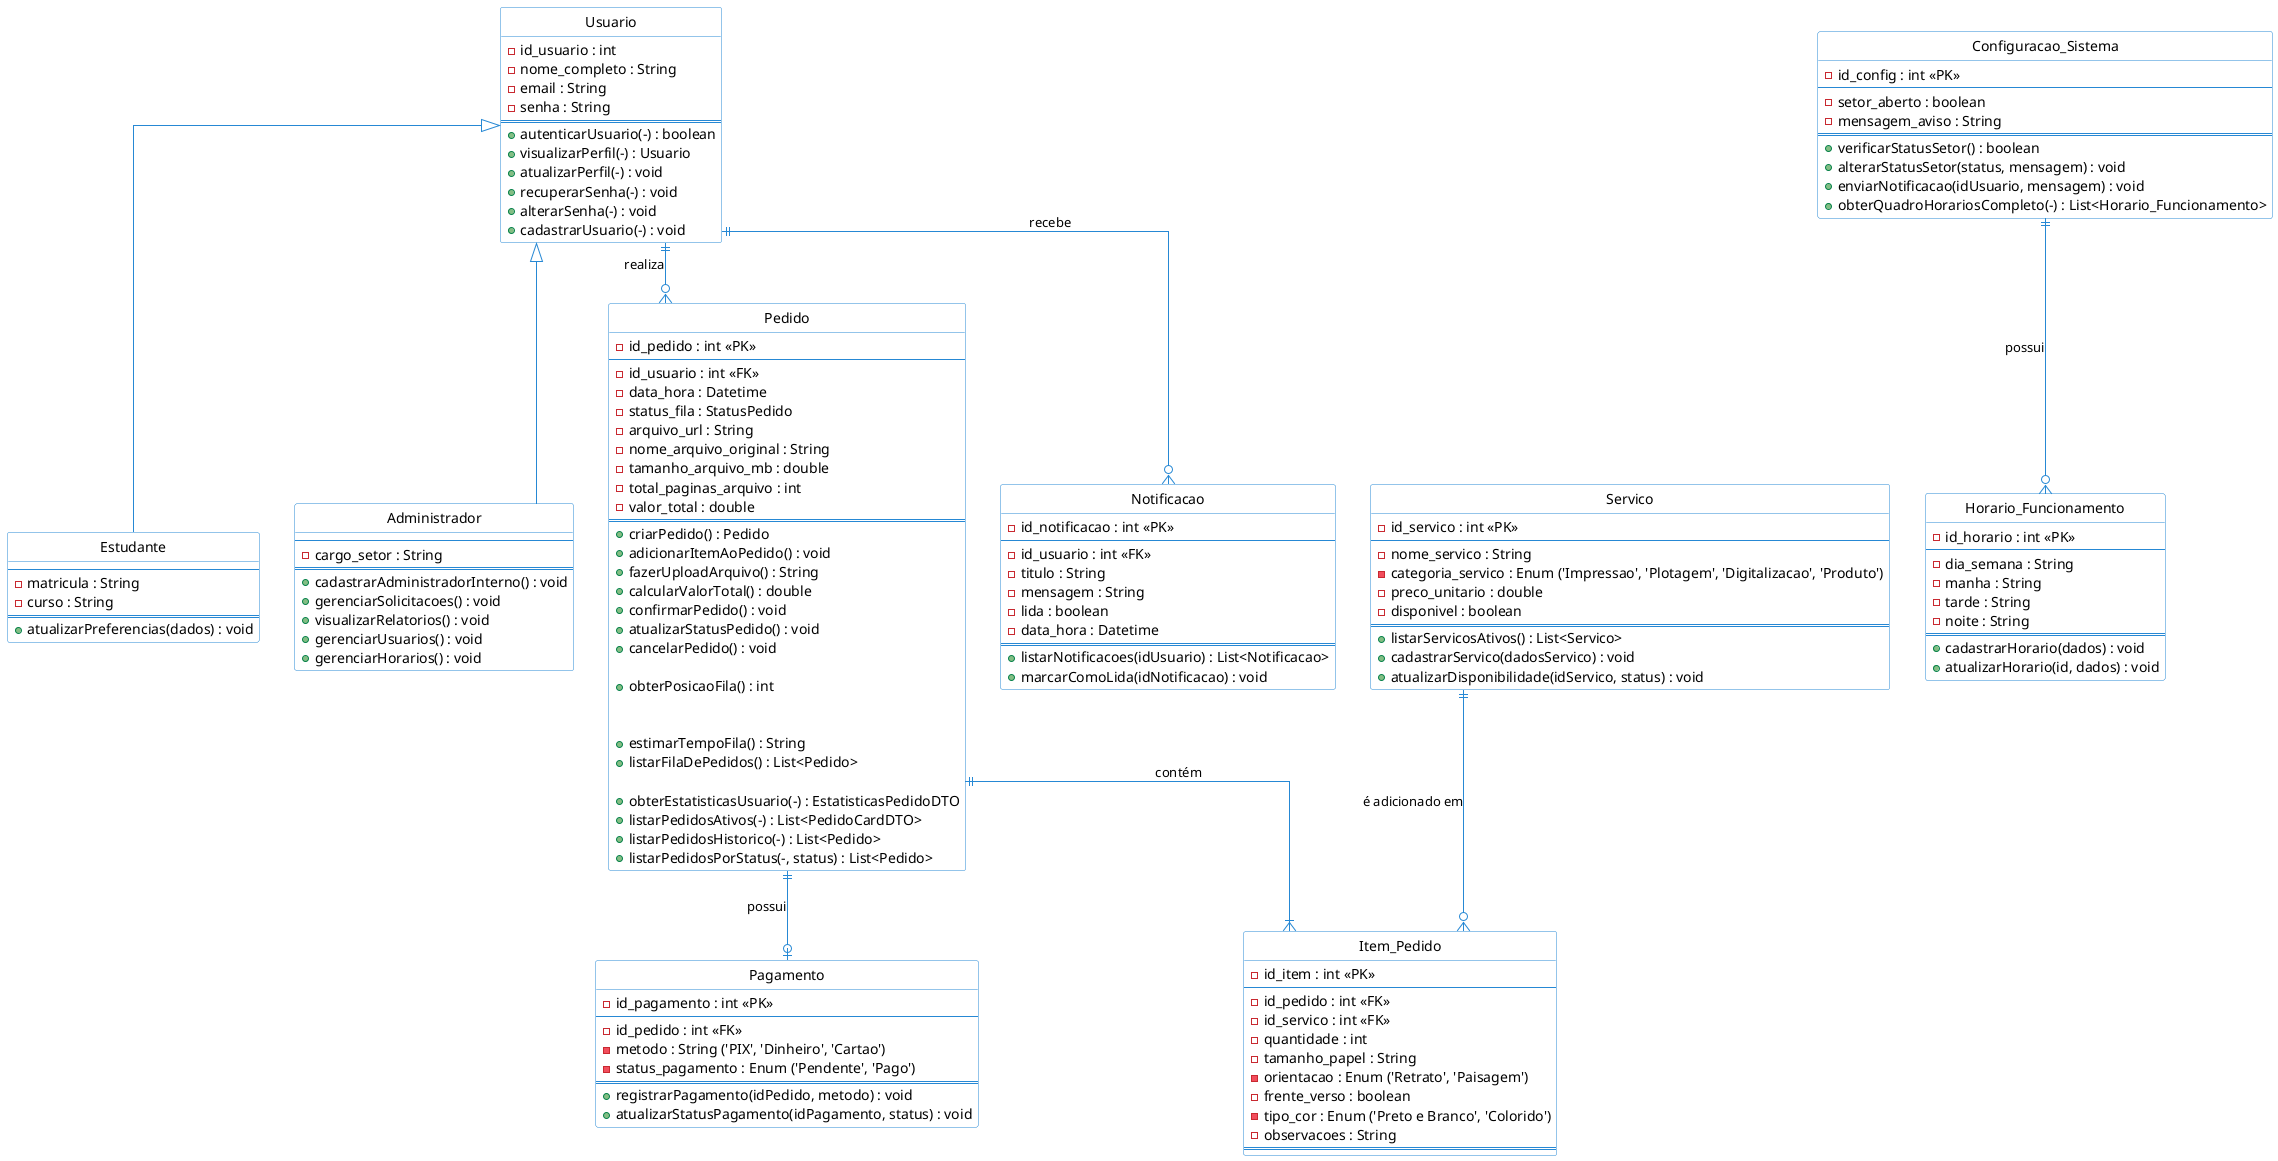
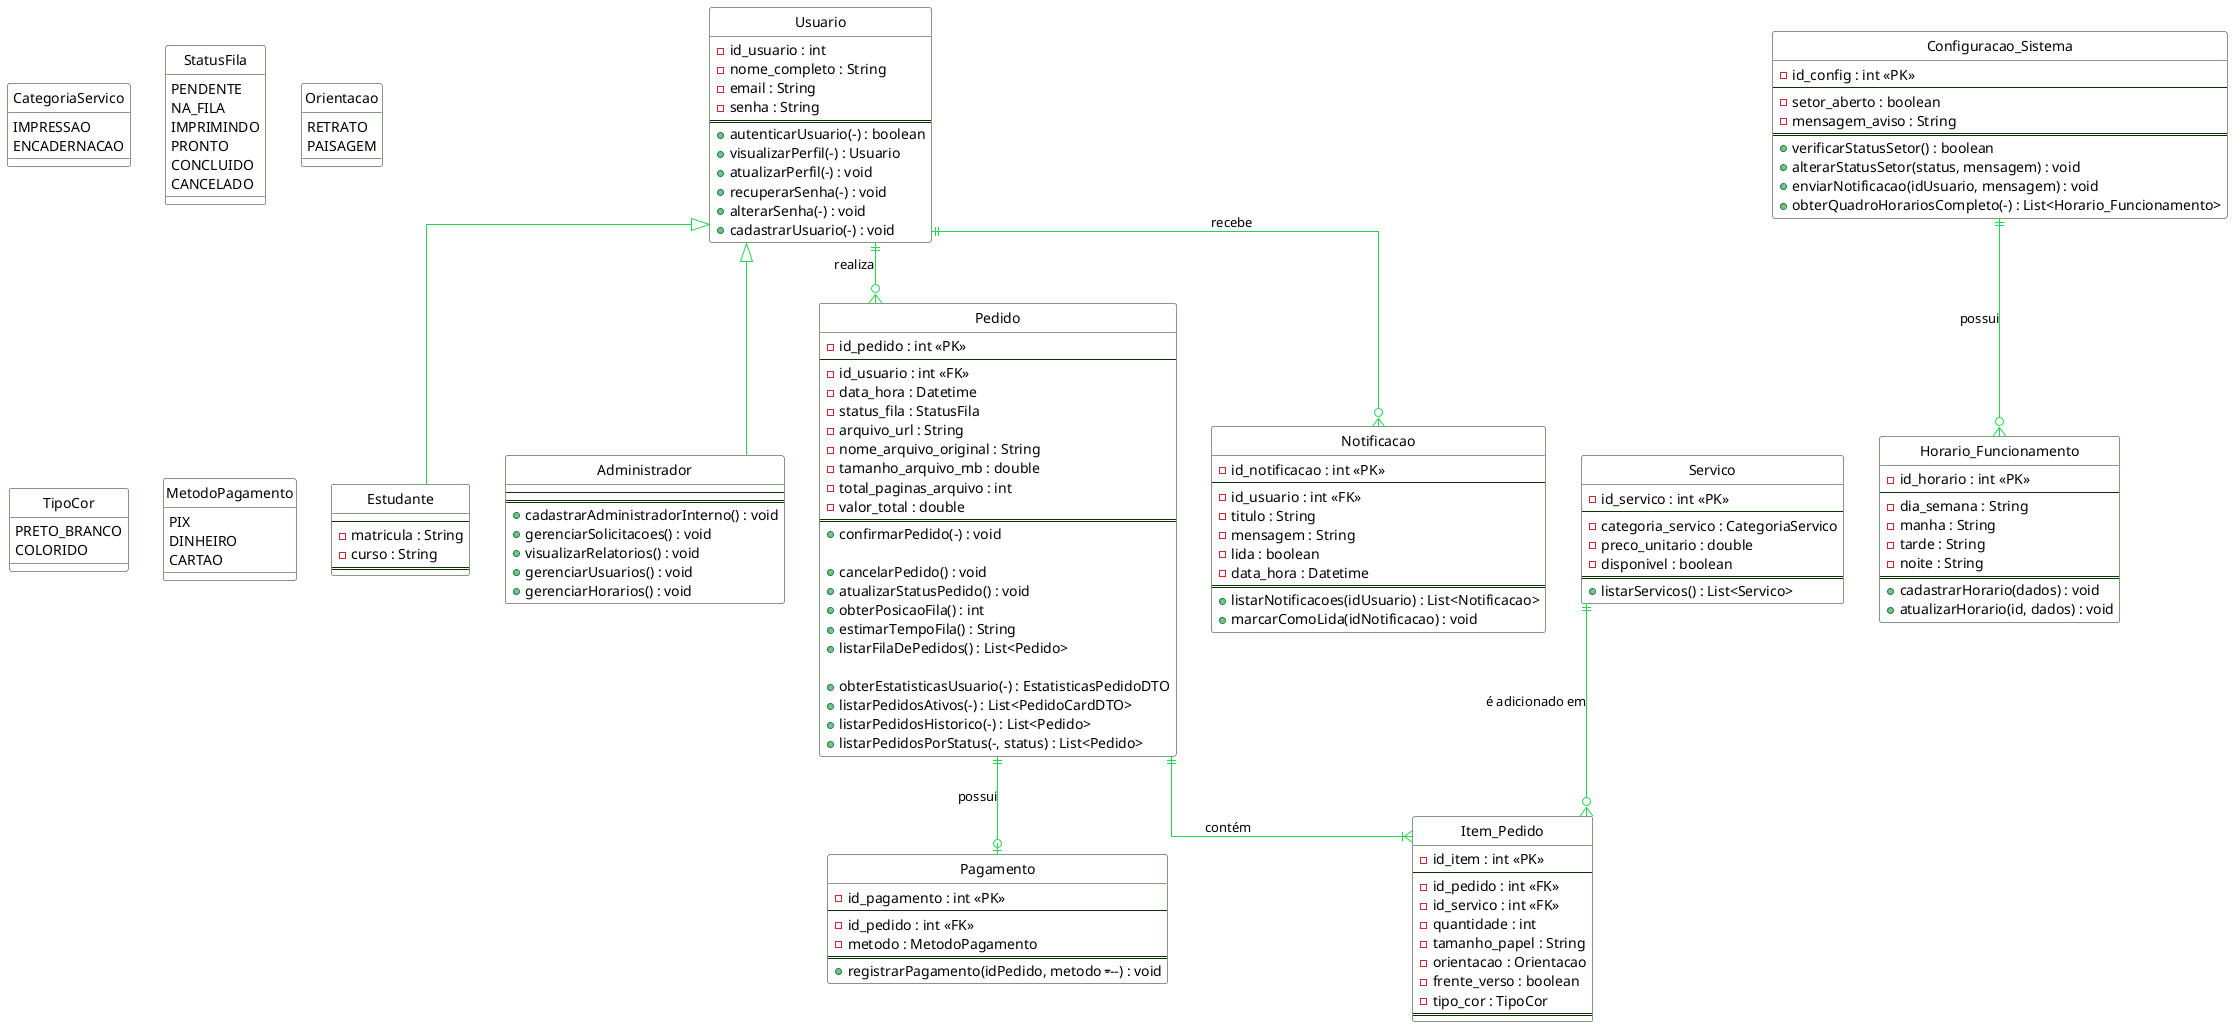
@startuml diagram
' Configurações visuais para deixar o diagrama mais limpo e profissional
hide circle
skinparam linetype ortho
skinparam shadowing false
skinparam class {
    BackgroundColor White
-     ArrowColor #2688d4
-     BorderColor #2688d4
+     ArrowColor #26d451
+     BorderColor #0b3203
+ }
+ 
+ ' --- Definição dos ENUMS ---
+ enum CategoriaServico {
+   IMPRESSAO
+   ENCADERNACAO
+ }
+ 
+ enum StatusFila {
+   PENDENTE
+   NA_FILA
+   IMPRIMINDO
+   PRONTO
+   CONCLUIDO
+   CANCELADO
+ }
+ 
+ enum Orientacao {
+   RETRATO
+   PAISAGEM
+ }
+ 
+ enum TipoCor {
+   PRETO_BRANCO
+   COLORIDO
+ }
+ 
+ enum MetodoPagamento {
+   PIX
+   DINHEIRO
+   CARTAO
}

' --- Definição das Classes (Tabelas + Métodos) ---

class "Usuario" as usuario {
  - id_usuario : int
  - nome_completo : String
  - email : String
  - senha : String
  ==
  + autenticarUsuario(-) : boolean
  + visualizarPerfil(-) : Usuario
  + atualizarPerfil(-) : void
  + recuperarSenha(-) : void
  + alterarSenha(-) : void
  + cadastrarUsuario(-) : void
}

class "Estudante" as estudante {
  --
  - matricula : String
  - curso : String
  ==
-   + atualizarPreferencias(dados) : void
}

class "Administrador" as admin {
  --
-   - cargo_setor : String
  ==
  + cadastrarAdministradorInterno() : void
  + gerenciarSolicitacoes() : void
  + visualizarRelatorios() : void
  + gerenciarUsuarios() : void
  + gerenciarHorarios() : void
}

class "Servico" as servico {
  - id_servico : int <<PK>>
  --
-   - nome_servico : String
-   - categoria_servico : Enum ('Impressao', 'Plotagem', 'Digitalizacao', 'Produto')
+   - categoria_servico : CategoriaServico
  - preco_unitario : double
  - disponivel : boolean
  ==
-   + listarServicosAtivos() : List<Servico>
-   + cadastrarServico(dadosServico) : void
-   + atualizarDisponibilidade(idServico, status) : void
+   + listarServicos() : List<Servico>
}

class "Pedido" as pedido {
  - id_pedido : int <<PK>>
  --
  - id_usuario : int <<FK>>
  - data_hora : Datetime
-   - status_fila : StatusPedido
+   - status_fila : StatusFila
  - arquivo_url : String
  - nome_arquivo_original : String
  - tamanho_arquivo_mb : double
  - total_paginas_arquivo : int
  - valor_total : double
  ==
-   ' Métodos de Regra de Negócio e Fila (Originais)
-   + criarPedido() : Pedido
-   + adicionarItemAoPedido() : void
-   + fazerUploadArquivo() : String
-   + calcularValorTotal() : double
-   + confirmarPedido() : void
+   + confirmarPedido(-) : void
+ 
+   + cancelarPedido() : void
  + atualizarStatusPedido() : void
-   + cancelarPedido() : void
- 
  + obterPosicaoFila() : int
- 
- 
  + estimarTempoFila() : String
  + listarFilaDePedidos() : List<Pedido>

-   ' Métodos Sincronizados com PedidoService.java (Novos)
  + obterEstatisticasUsuario(-) : EstatisticasPedidoDTO
  + listarPedidosAtivos(-) : List<PedidoCardDTO>
  + listarPedidosHistorico(-) : List<Pedido>
  + listarPedidosPorStatus(-, status) : List<Pedido>
}

class "Item_Pedido" as item_pedido {
  - id_item : int <<PK>>
  --
  - id_pedido : int <<FK>>
  - id_servico : int <<FK>>
  - quantidade : int
  - tamanho_papel : String
-   - orientacao : Enum ('Retrato', 'Paisagem')
+   - orientacao : Orientacao
  - frente_verso : boolean
-   - tipo_cor : Enum ('Preto e Branco', 'Colorido')
-   - observacoes : String
+   - tipo_cor : TipoCor
  ==
}

class "Pagamento" as pagamento {
  - id_pagamento : int <<PK>>
  --
  - id_pedido : int <<FK>>
-   - metodo : String ('PIX', 'Dinheiro', 'Cartao')
-   - status_pagamento : Enum ('Pendente', 'Pago')
+   - metodo : MetodoPagamento
  ==
-   + registrarPagamento(idPedido, metodo) : void
-   + atualizarStatusPagamento(idPagamento, status) : void
+   + registrarPagamento(idPedido, metodo -------) : void
}

class "Notificacao" as notificacao {
  - id_notificacao : int <<PK>>
  --
  - id_usuario : int <<FK>>
  - titulo : String
  - mensagem : String
  - lida : boolean
  - data_hora : Datetime
  ==
  + listarNotificacoes(idUsuario) : List<Notificacao>
  + marcarComoLida(idNotificacao) : void
}

class "Horario_Funcionamento" as horario {
  - id_horario : int <<PK>>
  --
  - dia_semana : String
  - manha : String
  - tarde : String
  - noite : String
  ==
  + cadastrarHorario(dados) : void
  + atualizarHorario(id, dados) : void
}

class "Configuracao_Sistema" as config {
  - id_config : int <<PK>>
  --
  - setor_aberto : boolean
  - mensagem_aviso : String
  ==
  + verificarStatusSetor() : boolean
  + alterarStatusSetor(status, mensagem) : void
  + enviarNotificacao(idUsuario, mensagem) : void
  + obterQuadroHorariosCompleto(-) : List<Horario_Funcionamento>
}

' --- Definição dos Relacionamentos ---

- ' Herança: Estudante e Administrador são tipos de Usuário
usuario <|-- estudante
usuario <|-- admin

- ' Um Usuário pode ter ZERO ou VÁRIOS Pedidos (1:N)
usuario ||--o{ pedido : "realiza"
- 
- ' Um Usuário pode receber ZERO ou VÁRIAS Notificações (1:N)
usuario ||--o{ notificacao : "recebe"
- 
- ' Um Pedido deve ter UM ou VÁRIOS Itens (1:N)
pedido ||--|{ item_pedido : "contém"
- 
- ' Um Serviço pode estar em ZERO ou VÁRIOS Itens de Pedido (1:N)
servico ||--o{ item_pedido : "é adicionado em"
- 
- ' Um Pedido pode ter ZERO ou UM Pagamento registrado (1:1)
pedido ||--o| pagamento : "possui"
- 
- ' O sistema possui vários horários de funcionamento (1:N)
config ||--o{ horario : "possui"

@enduml